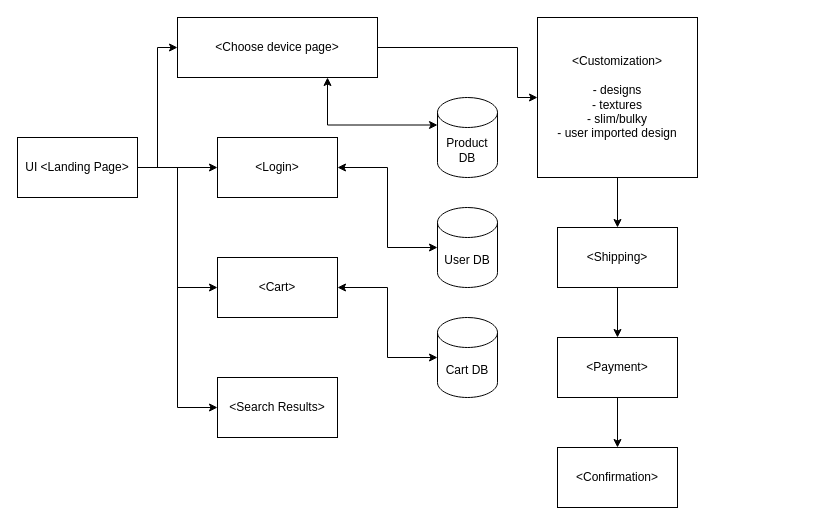
Earlier version of the draw.io diagram SWA Diagram.drawio (MDamiRight/decalProject250). Source tidied: cells renumbered, new cells numbered last; positions are measured from the earlier drawing's top-left corner, leaving out a move shared by most shapes. Both pictures are drawn from the tidied source at 100%, with x=0, y=0 at pixel (17, 17).
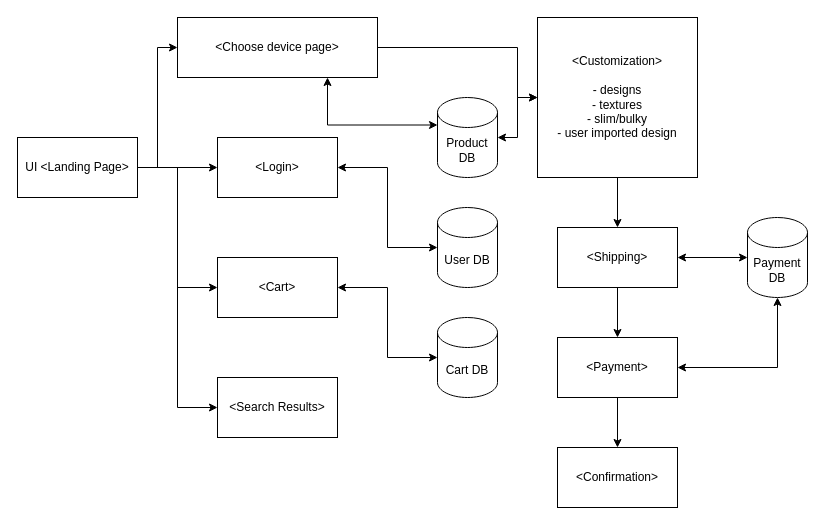
The same diagram, later.

Unchanged cells that the change refers to:
```xml
<mxCell id="12" value="Product DB" style="shape=cylinder3;whiteSpace=wrap;html=1;boundedLbl=1;backgroundOutline=1;size=15;" parent="1" vertex="1">
  <mxGeometry x="420" y="80" width="60" height="80" as="geometry" />
</mxCell>
<mxCell id="18" value="&amp;lt;Customization&amp;gt;&lt;br&gt;&lt;br&gt;- designs&lt;br&gt;- textures&lt;br&gt;- slim/bulky&lt;br&gt;- user imported design" style="whiteSpace=wrap;html=1;" parent="1" vertex="1">
  <mxGeometry x="520" width="160" height="160" as="geometry" />
</mxCell>
<mxCell id="20" value="&amp;lt;Shipping&amp;gt;" style="rounded=0;whiteSpace=wrap;html=1;" parent="1" vertex="1">
  <mxGeometry x="540" y="210" width="120" height="60" as="geometry" />
</mxCell>
<mxCell id="22" value="&amp;lt;Payment&amp;gt;" style="rounded=0;whiteSpace=wrap;html=1;" parent="1" vertex="1">
  <mxGeometry x="540" y="320" width="120" height="60" as="geometry" />
</mxCell>
```

What changed in the source:
```diff
@@
+    <mxCell id="25" style="edgeStyle=orthogonalEdgeStyle;rounded=0;jettySize=auto;html=1;exitX=1;exitY=0.5;exitDx=0;exitDy=0;exitPerimeter=0;entryX=0;entryY=0.5;entryDx=0;entryDy=0;startArrow=classic;startFill=1;" parent="1" edge="1" source="12" target="18">
+      <mxGeometry relative="1" as="geometry" />
+    </mxCell>
@@
+    <mxCell id="26" value="Payment DB" style="shape=cylinder3;whiteSpace=wrap;html=1;boundedLbl=1;backgroundOutline=1;size=15;" parent="1" vertex="1">
+      <mxGeometry x="730" y="200" width="60" height="80" as="geometry" />
+    </mxCell>
+    <mxCell id="27" style="edgeStyle=orthogonalEdgeStyle;rounded=0;jettySize=auto;html=1;exitX=1;exitY=0.5;exitDx=0;exitDy=0;entryX=0.5;entryY=1;entryDx=0;entryDy=0;entryPerimeter=0;startArrow=classic;startFill=1;" parent="1" edge="1" source="22" target="26">
+      <mxGeometry relative="1" as="geometry" />
+    </mxCell>
+    <mxCell id="28" style="edgeStyle=orthogonalEdgeStyle;rounded=0;jettySize=auto;html=1;exitX=1;exitY=0.5;exitDx=0;exitDy=0;entryX=0;entryY=0.5;entryDx=0;entryDy=0;entryPerimeter=0;startArrow=classic;startFill=1;" parent="1" edge="1" source="20" target="26">
+      <mxGeometry relative="1" as="geometry" />
+    </mxCell>
```
